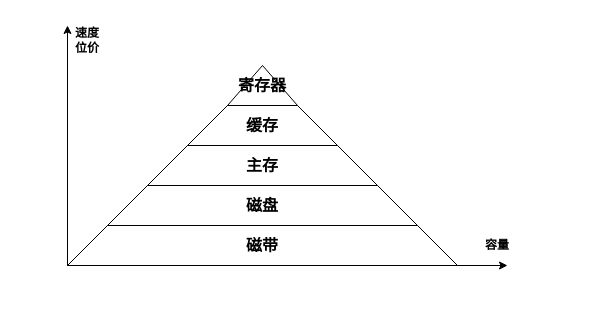
This is page "存储器-位价" (10 of 20) of draw_workspace/计算机组成原理.drawio from creatern/NoteBook, a draw.io file, before an edit. Source tidied: cells renumbered, new cells numbered last; positions are measured from the earlier drawing's top-left corner, leaving out a move shared by most shapes. Both pictures are drawn from the tidied source at 100%, with x=0, y=0 at pixel (57, 25).
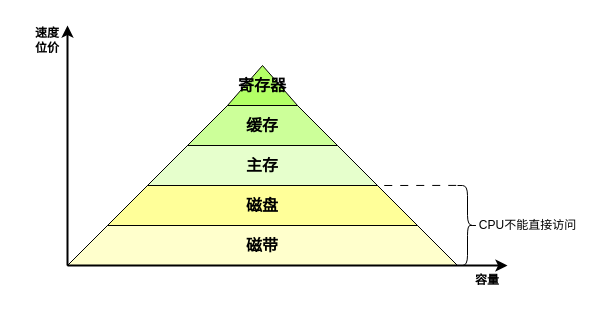
The same page after the edit.

Change to the diagram source:
```diff
@@
 <mxGraphModel>
   <root>
     <mxCell id="0" />
     <mxCell id="1" parent="0" />
-    <mxCell id="2" value="&lt;b&gt;&lt;font style=&quot;font-size: 16px;&quot;&gt;磁带&lt;/font&gt;&lt;/b&gt;" style="shape=trapezoid;perimeter=trapezoidPerimeter;whiteSpace=wrap;html=1;fixedSize=1;size=40;" parent="1" vertex="1">
+    <mxCell id="2" value="&lt;b&gt;&lt;font style=&quot;font-size: 16px;&quot;&gt;磁带&lt;/font&gt;&lt;/b&gt;" style="shape=trapezoid;perimeter=trapezoidPerimeter;whiteSpace=wrap;html=1;fixedSize=1;size=40;fillColor=#FFFFCC;" parent="1" vertex="1">
       <mxGeometry x="10" y="200" width="390" height="40" as="geometry" />
     </mxCell>
-    <mxCell id="3" value="&lt;b&gt;&lt;font style=&quot;font-size: 16px;&quot;&gt;磁盘&lt;/font&gt;&lt;/b&gt;" style="shape=trapezoid;perimeter=trapezoidPerimeter;whiteSpace=wrap;html=1;fixedSize=1;size=40;" parent="1" vertex="1">
+    <mxCell id="3" value="&lt;b&gt;&lt;font style=&quot;font-size: 16px;&quot;&gt;磁盘&lt;/font&gt;&lt;/b&gt;" style="shape=trapezoid;perimeter=trapezoidPerimeter;whiteSpace=wrap;html=1;fixedSize=1;size=40;fillColor=#FFFF99;" parent="1" vertex="1">
       <mxGeometry x="50" y="160" width="310" height="40" as="geometry" />
     </mxCell>
-    <mxCell id="4" value="&lt;b&gt;&lt;font style=&quot;font-size: 16px;&quot;&gt;主存&lt;/font&gt;&lt;/b&gt;" style="shape=trapezoid;perimeter=trapezoidPerimeter;whiteSpace=wrap;html=1;fixedSize=1;size=40;" parent="1" vertex="1">
+    <mxCell id="4" value="&lt;b&gt;&lt;font style=&quot;font-size: 16px;&quot;&gt;主存&lt;/font&gt;&lt;/b&gt;" style="shape=trapezoid;perimeter=trapezoidPerimeter;whiteSpace=wrap;html=1;fixedSize=1;size=40;fillColor=#E6FFCC;" parent="1" vertex="1">
       <mxGeometry x="90" y="120" width="230" height="40" as="geometry" />
     </mxCell>
-    <mxCell id="5" value="&lt;b&gt;&lt;font style=&quot;font-size: 16px;&quot;&gt;缓存&lt;/font&gt;&lt;/b&gt;" style="shape=trapezoid;perimeter=trapezoidPerimeter;whiteSpace=wrap;html=1;fixedSize=1;size=40;" parent="1" vertex="1">
+    <mxCell id="5" value="&lt;b&gt;&lt;font style=&quot;font-size: 16px;&quot;&gt;缓存&lt;/font&gt;&lt;/b&gt;" style="shape=trapezoid;perimeter=trapezoidPerimeter;whiteSpace=wrap;html=1;fixedSize=1;size=40;fillColor=#CCFF99;" parent="1" vertex="1">
       <mxGeometry x="130" y="80" width="150" height="40" as="geometry" />
     </mxCell>
-    <mxCell id="6" value="&lt;b&gt;&lt;font style=&quot;font-size: 16px;&quot;&gt;寄存器&lt;/font&gt;&lt;/b&gt;" style="shape=trapezoid;perimeter=trapezoidPerimeter;whiteSpace=wrap;html=1;fixedSize=1;size=80;" parent="1" vertex="1">
+    <mxCell id="6" value="&lt;b&gt;&lt;font style=&quot;font-size: 16px;&quot;&gt;寄存器&lt;/font&gt;&lt;/b&gt;" style="shape=trapezoid;perimeter=trapezoidPerimeter;whiteSpace=wrap;html=1;fixedSize=1;size=80;fillColor=#B3FF66;" parent="1" vertex="1">
       <mxGeometry x="170" y="40" width="70" height="40" as="geometry" />
     </mxCell>
-    <mxCell id="7" style="endArrow=classic;html=1;rounded=0;strokeWidth=1;" parent="1" edge="1">
+    <mxCell id="7" style="endArrow=classic;html=1;rounded=0;strokeWidth=2;" parent="1" edge="1">
       <mxGeometry relative="1" as="geometry">
         <mxPoint x="10" y="240" as="sourcePoint" />
         <mxPoint x="10" as="targetPoint" />
       </mxGeometry>
     </mxCell>
-    <mxCell id="8" style="endArrow=classic;html=1;rounded=0;strokeWidth=1;" parent="1" edge="1">
+    <mxCell id="8" style="endArrow=classic;html=1;rounded=0;strokeWidth=2;" parent="1" edge="1">
       <mxGeometry relative="1" as="geometry">
         <mxPoint x="10" y="240" as="sourcePoint" />
         <mxPoint x="450" y="240" as="targetPoint" />
       </mxGeometry>
     </mxCell>
     <mxCell id="9" value="容量" style="text;html=1;strokeColor=none;fillColor=none;align=center;verticalAlign=middle;whiteSpace=wrap;rounded=0;fontStyle=1;" parent="1" vertex="1">
-      <mxGeometry x="410" y="205" width="60" height="30" as="geometry" />
+      <mxGeometry x="400" y="240" width="60" height="30" as="geometry" />
     </mxCell>
     <mxCell id="10" value="速度&lt;br&gt;位价" style="text;html=1;strokeColor=none;fillColor=none;align=center;verticalAlign=middle;whiteSpace=wrap;rounded=0;fontStyle=1;" parent="1" vertex="1">
-      <mxGeometry width="60" height="30" as="geometry" />
+      <mxGeometry x="-40" width="60" height="30" as="geometry" />
     </mxCell>
+    <mxCell id="11" style="rounded=0;jettySize=auto;html=1;exitX=1.063;exitY=-0.001;exitDx=0;exitDy=0;entryX=1;entryY=1;entryDx=0;entryDy=0;endArrow=none;endFill=0;dashed=1;dashPattern=8 8;exitPerimeter=0;" parent="1" edge="1" source="12" target="4">
+      <mxGeometry relative="1" as="geometry" />
+    </mxCell>
+    <mxCell id="12" style="shape=curlyBracket;whiteSpace=wrap;html=1;rounded=1;flipH=1;labelPosition=right;verticalLabelPosition=middle;align=left;verticalAlign=middle;" parent="1" vertex="1">
+      <mxGeometry x="400" y="160" width="20" height="80" as="geometry" />
+    </mxCell>
+    <mxCell id="13" value="CPU不能直接访问" style="text;html=1;align=center;verticalAlign=middle;strokeColor=none;fillColor=none;" parent="1" vertex="1">
+      <mxGeometry x="410" y="185" width="120" height="30" as="geometry" />
+    </mxCell>
   </root>
 </mxGraphModel>
```
